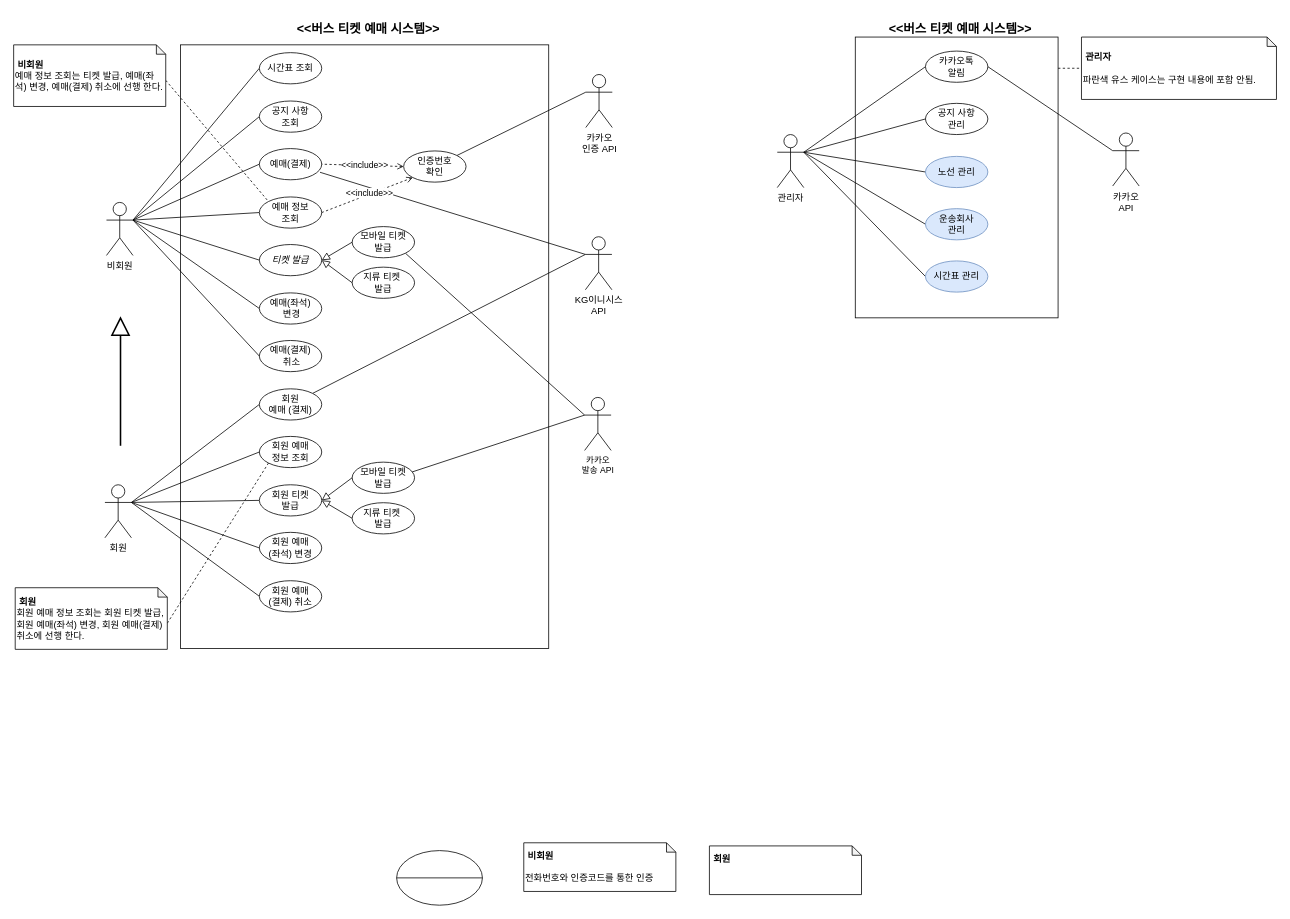
The draw.io diagram UseCase.drawio in SHIN-HANBEEN/MetanetFinal, before the edit. Source tidied: cells renumbered, new cells numbered last; positions are measured from the earlier drawing's top-left corner, leaving out a move shared by most shapes. Both pictures are drawn from the tidied source at 78%, with x=0, y=0 at pixel (13, 13).
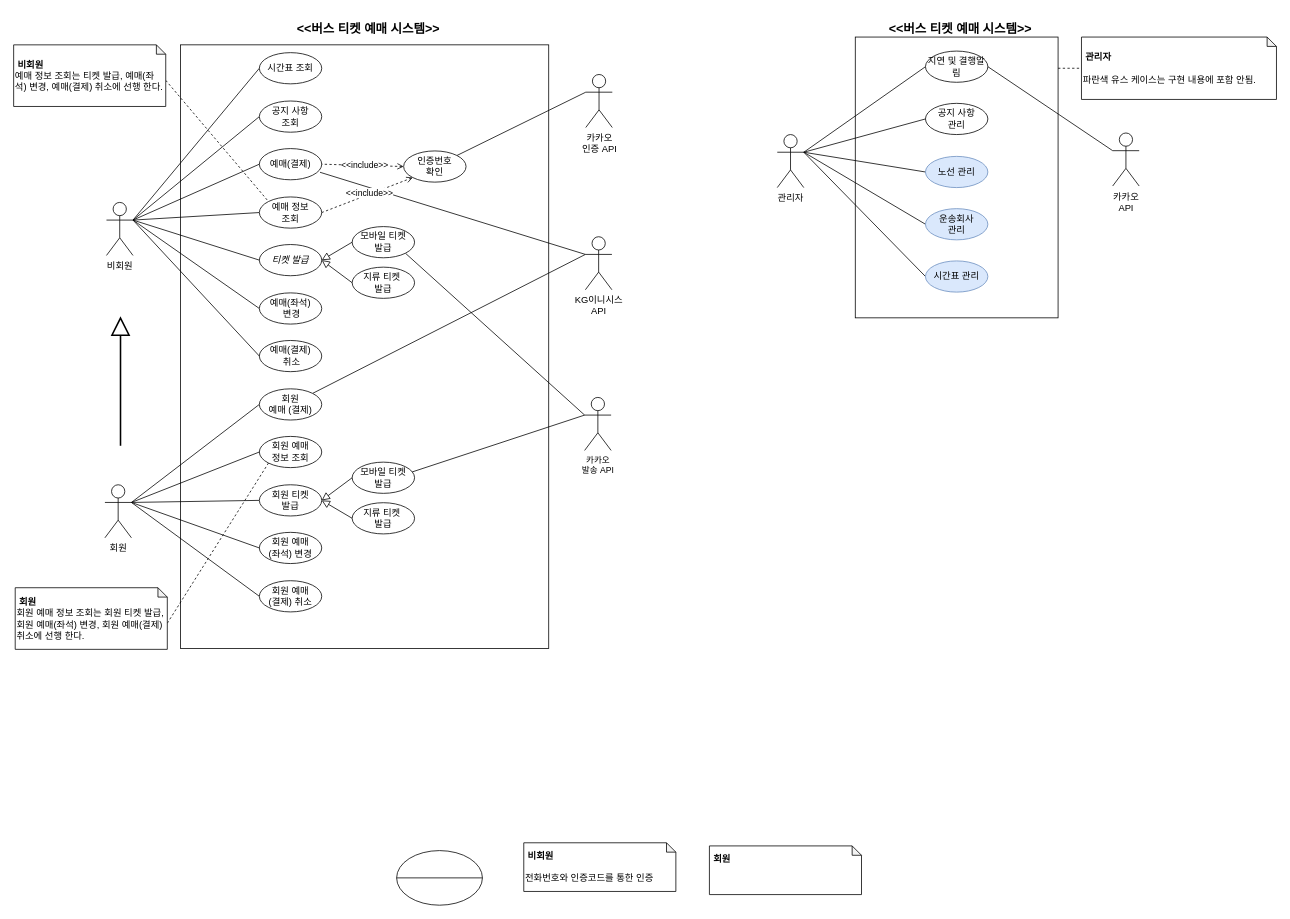
The same diagram, later.

The edit, as a diff of the source:
```diff
@@
-    <mxCell id="33" value="카카오톡&lt;br&gt;알림" style="ellipse;whiteSpace=wrap;html=1;" parent="1" vertex="1">
+    <mxCell id="33" value="지연 및 결행알림" style="ellipse;whiteSpace=wrap;html=1;" parent="1" vertex="1">
       <mxGeometry x="1169" y="48" width="80" height="40" as="geometry" />
     </mxCell>
```
